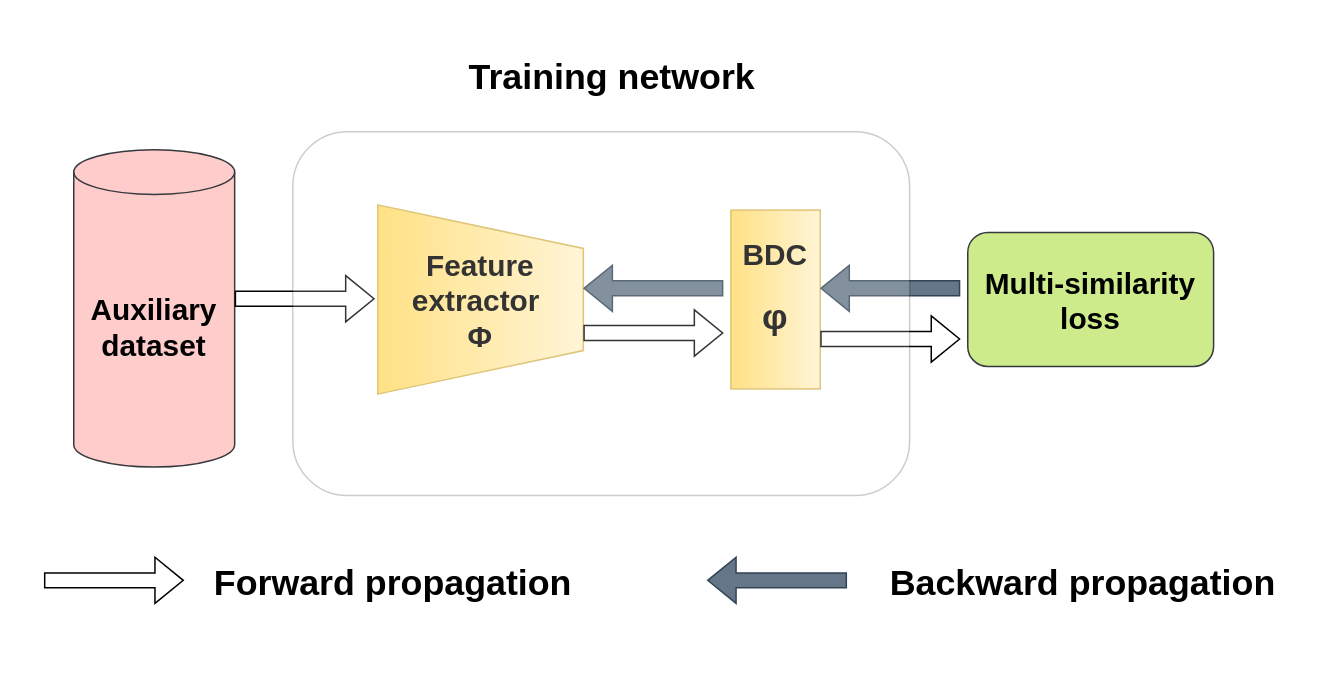
Above: 预训练.drawio in lilang0710/ll (draw.io), before the change. Source tidied: cells renumbered, new cells numbered last; positions are measured from the earlier drawing's top-left corner, leaving out a move shared by most shapes. Both pictures are drawn from the tidied source at 149%, with x=0, y=0 at pixel (43, 46).
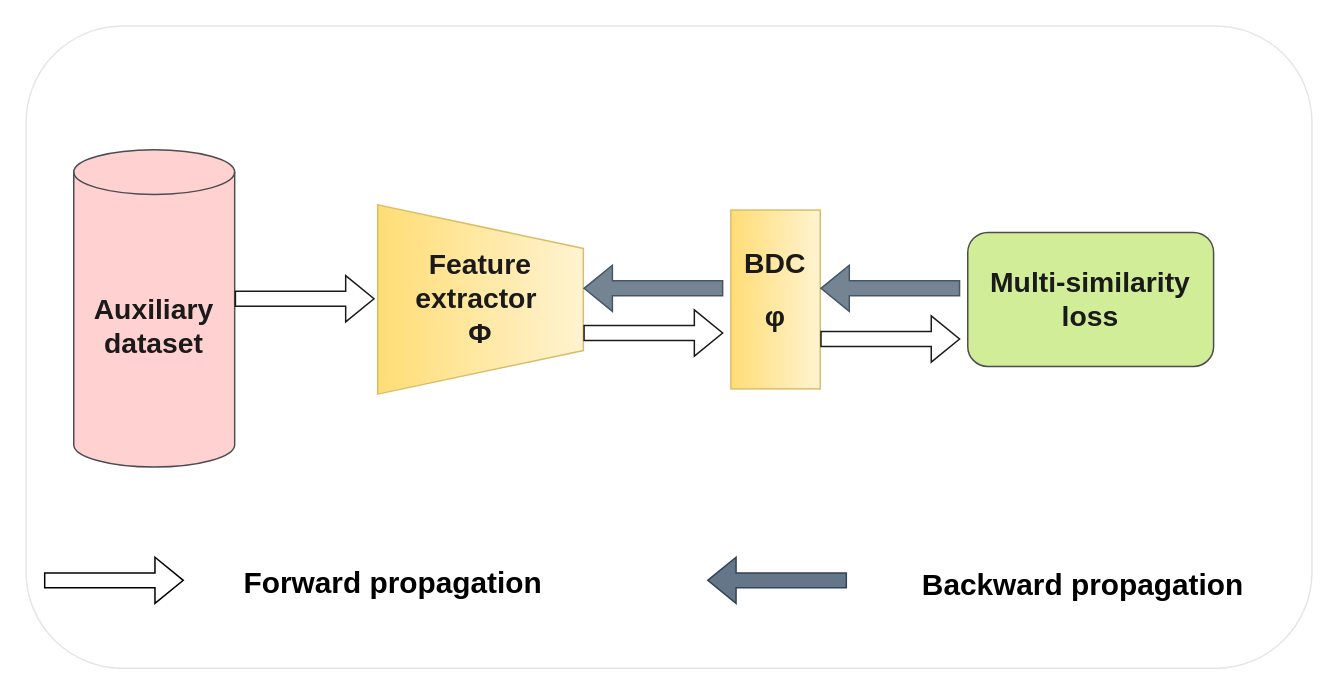
Above is the later version.

Commit message (it also covers changes not shown here):
更新预训练.drawio

Change to the diagram source:
```diff
@@
-    <mxCell id="2" value="&lt;font style=&quot;font-size: 20px;&quot;&gt;&lt;b&gt;Auxiliary dataset&lt;/b&gt;&lt;/font&gt;" style="shape=cylinder3;whiteSpace=wrap;html=1;boundedLbl=1;backgroundOutline=1;size=15;fillColor=#ffcccc;strokeColor=#36393d;" parent="1" vertex="1">
+    <mxCell id="2" value="&lt;font style=&quot;font-size: 19px;&quot;&gt;&lt;b&gt;Auxiliary dataset&lt;/b&gt;&lt;/font&gt;" style="shape=cylinder3;whiteSpace=wrap;html=1;boundedLbl=1;backgroundOutline=1;size=15;fillColor=#ffcccc;strokeColor=#36393d;" parent="1" vertex="1">
       <mxGeometry x="20" y="69" width="108" height="213" as="geometry" />
     </mxCell>
-    <mxCell id="3" value="&lt;div&gt;&lt;b&gt;&lt;font style=&quot;font-size: 20px;&quot;&gt;&lt;font style=&quot;font-size: 20px;&quot;&gt;Feature extractor&lt;/font&gt;&lt;span class=&quot;content-right_1THTn&quot;&gt;&amp;nbsp;&lt;/span&gt;&lt;/font&gt;&lt;/b&gt;&lt;/div&gt;&lt;div&gt;&lt;b&gt;&lt;font style=&quot;font-size: 20px;&quot;&gt;&lt;span class=&quot;content-right_1THTn&quot;&gt;Φ&lt;/span&gt;&lt;/font&gt;&lt;/b&gt;&lt;/div&gt;" style="verticalLabelPosition=middle;verticalAlign=middle;html=1;shape=trapezoid;perimeter=trapezoidPerimeter;whiteSpace=wrap;size=0.23;arcSize=10;flipV=1;labelPosition=center;align=center;direction=south;fillColor=#fff2cc;gradientColor=#ffd966;strokeColor=#d6b656;" parent="1" vertex="1">
+    <mxCell id="3" value="&lt;div style=&quot;font-size: 19px;&quot;&gt;&lt;font style=&quot;font-size: 19px;&quot;&gt;&lt;b&gt;&lt;font style=&quot;font-size: 19px;&quot;&gt;&lt;font style=&quot;font-size: 19px;&quot;&gt;Feature extractor&lt;/font&gt;&lt;span class=&quot;content-right_1THTn&quot;&gt;&amp;nbsp;&lt;/span&gt;&lt;/font&gt;&lt;/b&gt;&lt;/font&gt;&lt;/div&gt;&lt;div style=&quot;font-size: 19px;&quot;&gt;&lt;font style=&quot;font-size: 19px;&quot;&gt;&lt;b&gt;&lt;font style=&quot;font-size: 19px;&quot;&gt;&lt;span class=&quot;content-right_1THTn&quot;&gt;Φ&lt;/span&gt;&lt;/font&gt;&lt;/b&gt;&lt;/font&gt;&lt;/div&gt;" style="verticalLabelPosition=middle;verticalAlign=middle;html=1;shape=trapezoid;perimeter=trapezoidPerimeter;whiteSpace=wrap;size=0.23;arcSize=10;flipV=1;labelPosition=center;align=center;direction=south;fillColor=#fff2cc;gradientColor=#ffd966;strokeColor=#d6b656;" parent="1" vertex="1">
       <mxGeometry x="224" y="106" width="138" height="127" as="geometry" />
     </mxCell>
-    <mxCell id="4" value="&lt;font style=&quot;font-size: 20px;&quot;&gt;&lt;b&gt;BDC &lt;/b&gt;&lt;/font&gt;&lt;h1 class=&quot;QuestionHeader-title&quot;&gt;φ&lt;/h1&gt;" style="rounded=0;whiteSpace=wrap;html=1;direction=south;fillColor=#fff2cc;gradientColor=#ffd966;strokeColor=#d6b656;" parent="1" vertex="1">
+    <mxCell id="4" value="&lt;font style=&quot;font-size: 19px;&quot;&gt;&lt;b&gt;BDC &lt;/b&gt;&lt;/font&gt;&lt;h1 style=&quot;font-size: 19px;&quot; class=&quot;QuestionHeader-title&quot;&gt;&lt;font style=&quot;font-size: 19px;&quot;&gt;φ&lt;/font&gt;&lt;/h1&gt;" style="rounded=0;whiteSpace=wrap;html=1;direction=south;fillColor=#fff2cc;gradientColor=#ffd966;strokeColor=#d6b656;" parent="1" vertex="1">
       <mxGeometry x="461" y="109.5" width="60" height="120" as="geometry" />
     </mxCell>
-    <mxCell id="5" value="&lt;b&gt;&lt;font style=&quot;font-size: 20px;&quot;&gt;Multi-similarity loss&lt;/font&gt;&lt;/b&gt;" style="rounded=1;whiteSpace=wrap;html=1;fillColor=#cdeb8b;strokeColor=#36393d;" parent="1" vertex="1">
+    <mxCell id="5" value="&lt;font style=&quot;font-size: 19px;&quot;&gt;&lt;b&gt;&lt;font style=&quot;font-size: 19px;&quot;&gt;Multi-similarity loss&lt;/font&gt;&lt;/b&gt;&lt;/font&gt;" style="rounded=1;whiteSpace=wrap;html=1;fillColor=#cdeb8b;strokeColor=#36393d;" parent="1" vertex="1">
       <mxGeometry x="620" y="124.5" width="165" height="90" as="geometry" />
     </mxCell>
@@
-    <mxCell id="11" style="rounded=1;whiteSpace=wrap;html=1;opacity=20;" parent="1" vertex="1">
-      <mxGeometry x="167" y="57" width="414" height="244" as="geometry" />
+    <mxCell id="11" style="rounded=1;whiteSpace=wrap;html=1;opacity=10;" parent="1" vertex="1">
+      <mxGeometry x="-12" y="-14" width="863" height="431" as="geometry" />
     </mxCell>
-    <mxCell id="12" value="&lt;font size=&quot;1&quot;&gt;&lt;b&gt;&lt;font style=&quot;font-size: 24px;&quot;&gt;Forward propagation&lt;br&gt;&lt;/font&gt;&lt;/b&gt;&lt;/font&gt;" style="text;html=1;align=center;verticalAlign=middle;strokeColor=none;fillColor=none;" parent="1" vertex="1">
-      <mxGeometry x="105" y="339" width="258" height="41" as="geometry" />
+    <mxCell id="12" value="&lt;font style=&quot;font-size: 22px;&quot;&gt;&lt;b style=&quot;font-size: 20px;&quot;&gt;&lt;font style=&quot;font-size: 20px;&quot;&gt;Forward propagation&lt;br&gt;&lt;/font&gt;&lt;/b&gt;&lt;/font&gt;" style="text;html=1;align=center;verticalAlign=middle;strokeColor=none;fillColor=none;" parent="1" vertex="1">
+      <mxGeometry x="125" y="341" width="218" height="38" as="geometry" />
     </mxCell>
-    <mxCell id="13" value="&lt;font size=&quot;1&quot;&gt;&lt;b&gt;&lt;font style=&quot;font-size: 24px;&quot;&gt;Backward propagation&lt;/font&gt;&lt;/b&gt;&lt;/font&gt;" style="text;html=1;align=center;verticalAlign=middle;strokeColor=none;fillColor=none;" parent="1" vertex="1">
-      <mxGeometry x="558" y="339" width="277" height="41" as="geometry" />
+    <mxCell id="13" value="&lt;font size=&quot;1&quot;&gt;&lt;b&gt;&lt;font style=&quot;font-size: 20px;&quot;&gt;Backward propagation&lt;/font&gt;&lt;/b&gt;&lt;/font&gt;" style="text;html=1;align=center;verticalAlign=middle;strokeColor=none;fillColor=none;" parent="1" vertex="1">
+      <mxGeometry x="580" y="342" width="234" height="36" as="geometry" />
     </mxCell>
@@
-    <mxCell id="16" value="&lt;font size=&quot;1&quot;&gt;&lt;b&gt;&lt;font style=&quot;font-size: 24px;&quot;&gt;Training network&lt;br&gt;&lt;/font&gt;&lt;/b&gt;&lt;/font&gt;" style="text;html=1;align=center;verticalAlign=middle;strokeColor=none;fillColor=none;" parent="1" vertex="1">
-      <mxGeometry x="276" width="210" height="41" as="geometry" />
-    </mxCell>
```
